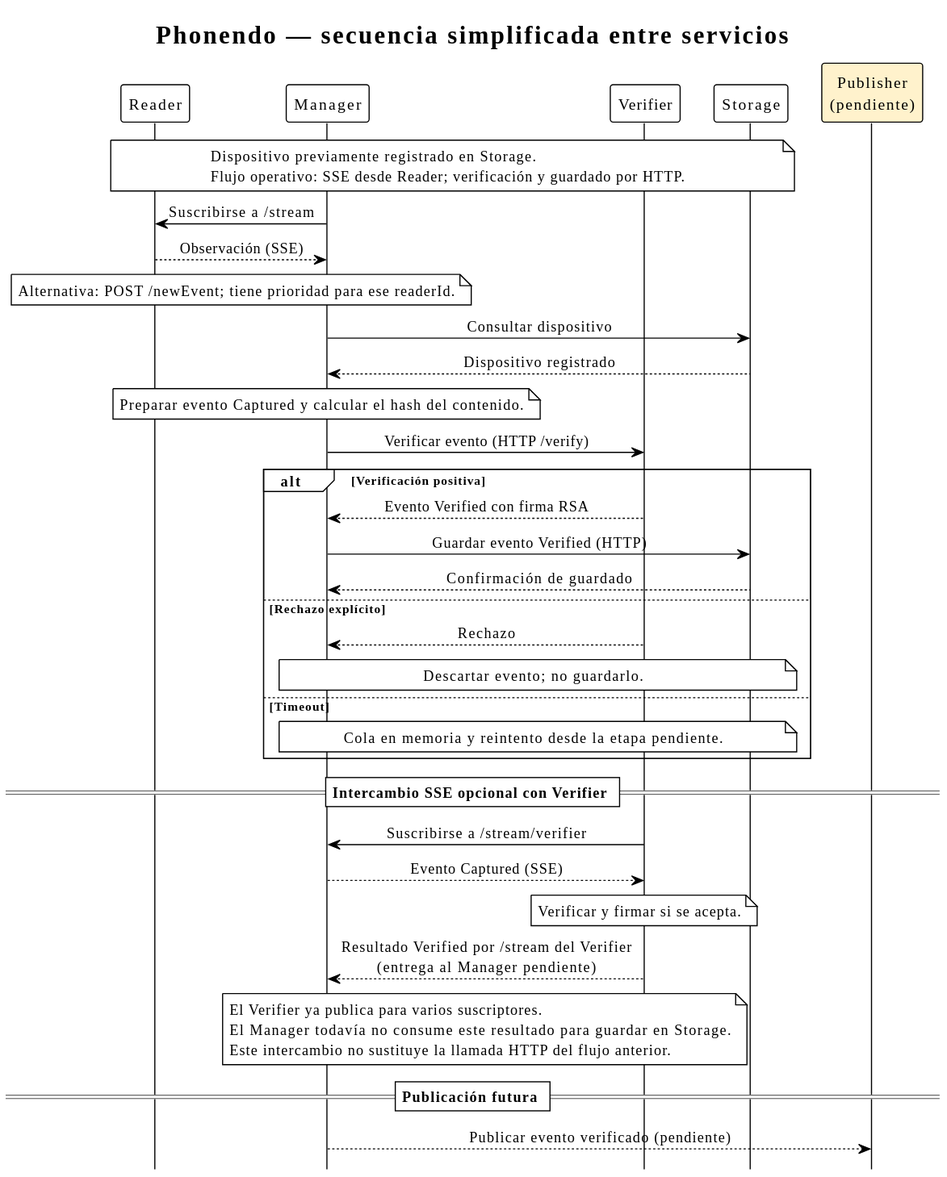
Above: docs/phonendo_secuencia.svg in ParriCode/phonedo (PlantUML), before the change.
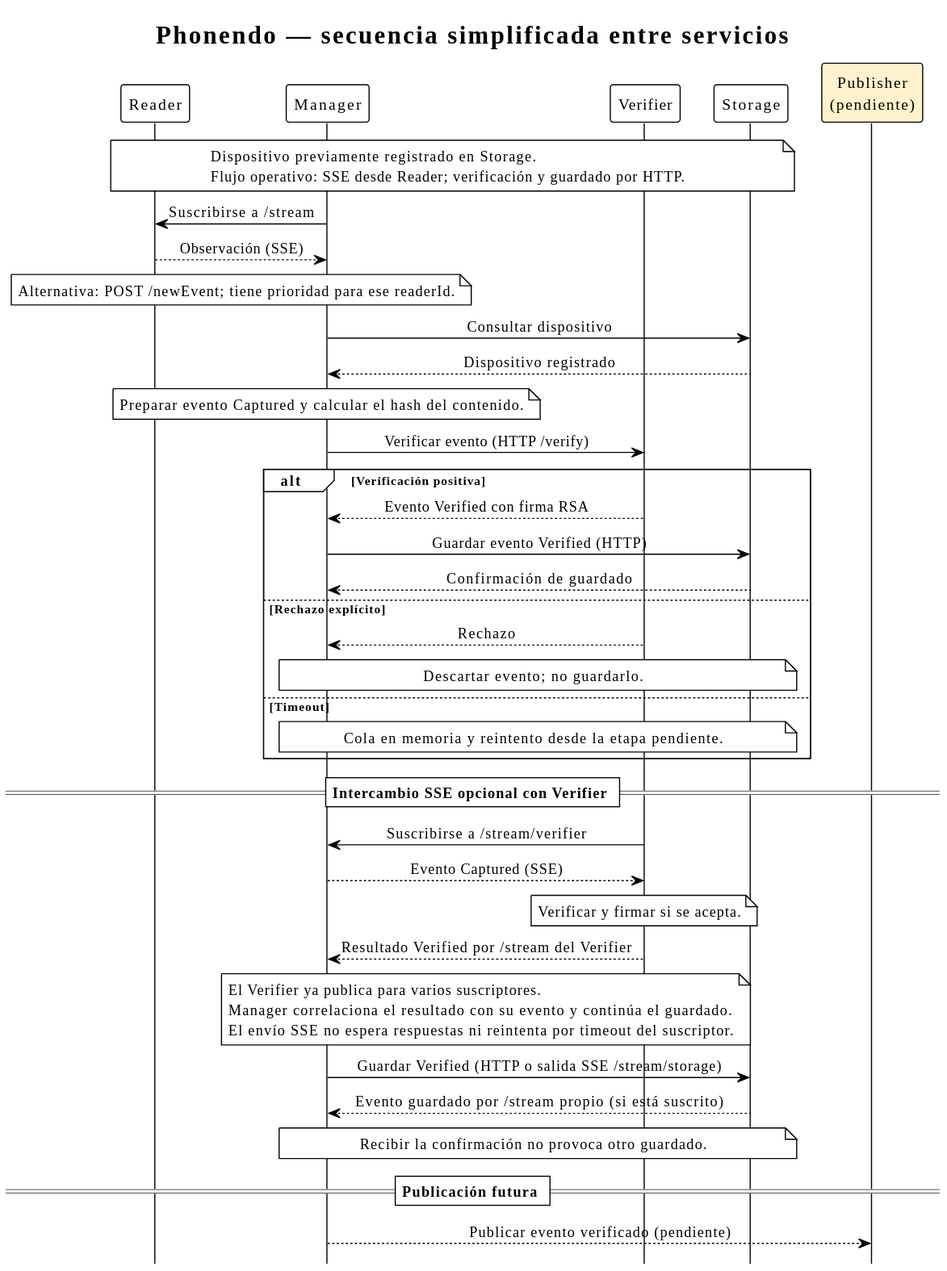
Later version of the same file.

Diff of the diagram source:
```diff
@@ -37,12 +37,16 @@
 V -> M : Suscribirse a /stream/verifier
 M --> V : Evento Captured (SSE)
 note over V : Verificar y firmar si se acepta.
-V --> M : Resultado Verified por /stream del Verifier\n(entrega al Manager pendiente)
+V --> M : Resultado Verified por /stream del Verifier
 note over M,V
   El Verifier ya publica para varios suscriptores.
-  El Manager todavía no consume este resultado para guardar en Storage.
-  Este intercambio no sustituye la llamada HTTP del flujo anterior.
+  Manager correlaciona el resultado con su evento y continúa el guardado.
+  El envío SSE no espera respuestas ni reintenta por timeout del suscriptor.
 end note
+
+M -> S : Guardar Verified (HTTP o salida SSE /stream/storage)
+S --> M : Evento guardado por /stream propio (si está suscrito)
+note over M,S : Recibir la confirmación no provoca otro guardado.
 
 == Publicación futura ==
 M --> P : Publicar evento verificado (pendiente)
```
